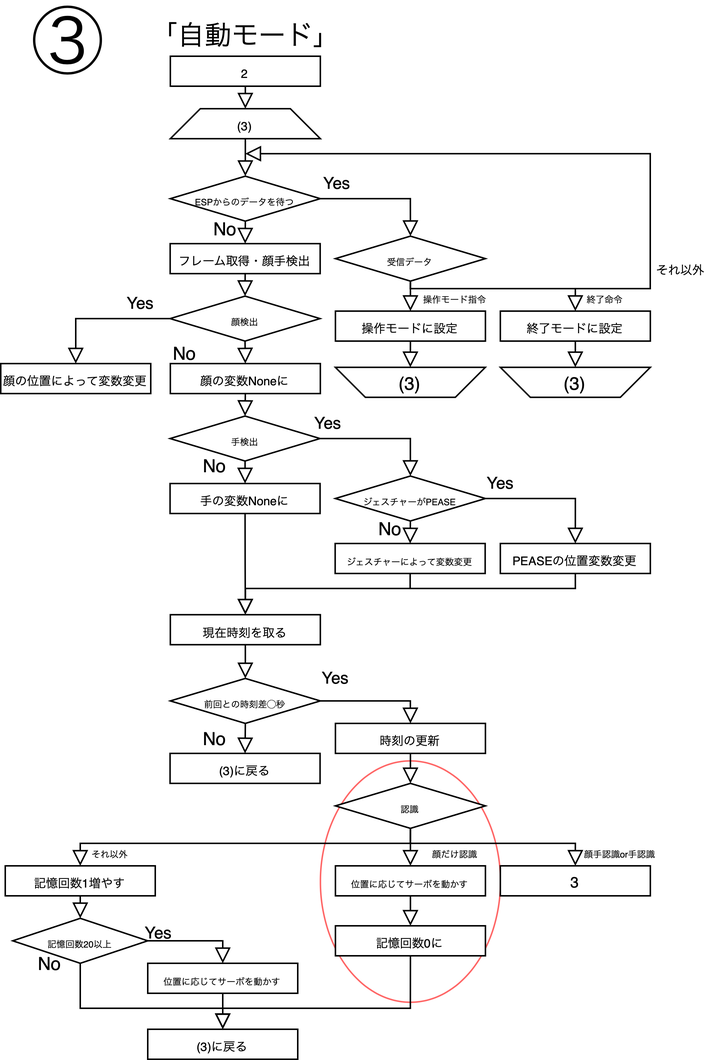
yaotaim/kawarobo.github.io keeps this draw.io diagram as images/kawarobo/face.drawio.png. Above is the earlier version. Source tidied: cells renumbered, new cells last; positions are measured from the earlier drawing's top-left corner, leaving out a move shared by most shapes.
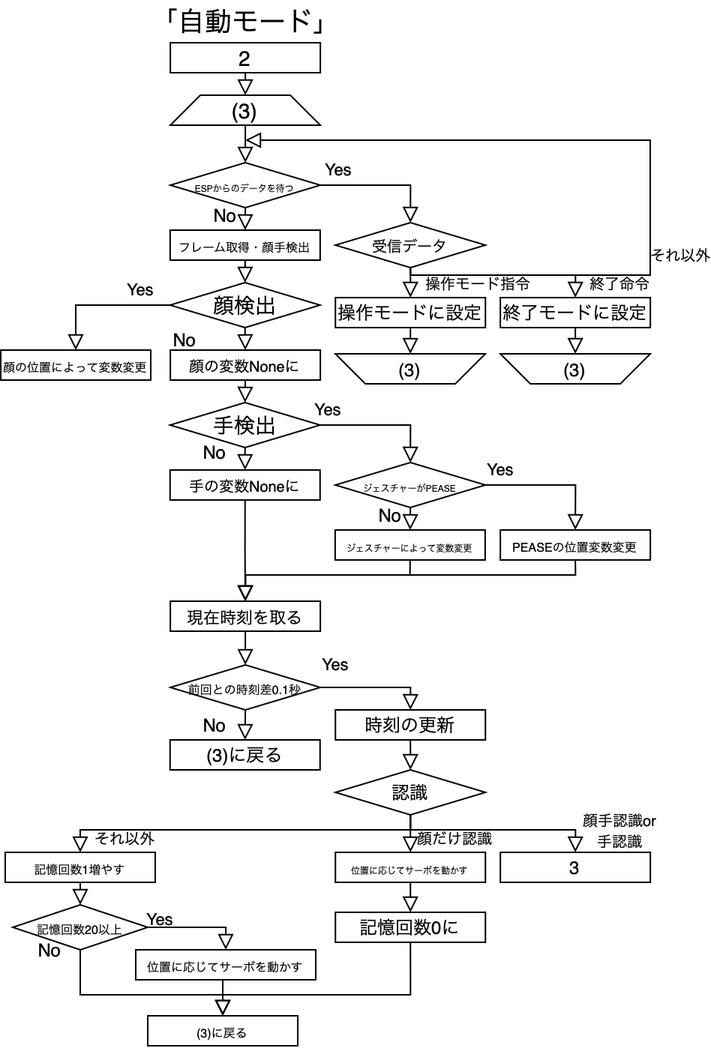
The same diagram one commit later.

Change to the diagram source:
```diff
@@ -2,10 +2,7 @@
   <root>
     <mxCell id="0" />
     <mxCell id="1" parent="0" />
-    <mxCell id="2" style="ellipse;whiteSpace=wrap;html=1;fillColor=#FFFFFF;strokeColor=#FF6666;" parent="1" vertex="1">
-      <mxGeometry x="213.1" y="499" width="120" height="161" as="geometry" />
-    </mxCell>
-    <mxCell id="3" value="&lt;font style=&quot;font-size: 8px;&quot;&gt;2&lt;/font&gt;" style="rounded=0;whiteSpace=wrap;html=1;" parent="1" vertex="1">
+    <mxCell id="3" value="&lt;font style=&quot;font-size: 14px;&quot;&gt;2&lt;/font&gt;" style="rounded=0;whiteSpace=wrap;html=1;" parent="1" vertex="1">
       <mxGeometry x="113.1" y="29" width="100" height="20" as="geometry" />
     </mxCell>
     <mxCell id="4" style="rounded=0;html=1;jettySize=auto;fontSize=11;endArrow=block;endFill=0;endSize=8;strokeWidth=1;shadow=0;labelBackgroundColor=none;edgeStyle=orthogonalEdgeStyle;exitX=0.5;exitY=1;exitDx=0;exitDy=0;entryX=0.5;entryY=0;entryDx=0;entryDy=0;" parent="1" edge="1" source="3" target="8">
@@ -14,23 +11,23 @@
     <mxCell id="5" value="&lt;font style=&quot;font-size: 18px;&quot;&gt;「自動モード」&lt;/font&gt;" style="text;html=1;align=center;verticalAlign=middle;whiteSpace=wrap;rounded=0;" parent="1" vertex="1">
       <mxGeometry x="74.6" width="176.9" height="30" as="geometry" />
     </mxCell>
-    <mxCell id="6" value="&lt;span style=&quot;font-size: 6px;&quot;&gt;受信データ&lt;/span&gt;" style="rhombus;whiteSpace=wrap;html=1;" parent="1" vertex="1">
+    <mxCell id="6" value="&lt;font style=&quot;font-size: 10px;&quot;&gt;受信データ&lt;/font&gt;" style="rhombus;whiteSpace=wrap;html=1;" parent="1" vertex="1">
       <mxGeometry x="223.1" y="149" width="100" height="30" as="geometry" />
     </mxCell>
-    <mxCell id="7" value="&lt;span style=&quot;font-size: 6px;&quot;&gt;終了命令&lt;/span&gt;" style="text;html=1;align=center;verticalAlign=middle;whiteSpace=wrap;rounded=0;" parent="1" vertex="1">
-      <mxGeometry x="373.1" y="174" width="60" height="30" as="geometry" />
+    <mxCell id="7" value="&lt;font style=&quot;font-size: 10px;&quot;&gt;終了命令&lt;/font&gt;" style="text;html=1;align=center;verticalAlign=middle;whiteSpace=wrap;rounded=0;" parent="1" vertex="1">
+      <mxGeometry x="383" y="174" width="60" height="30" as="geometry" />
     </mxCell>
-    <mxCell id="8" value="&lt;span style=&quot;font-size: 8px;&quot;&gt;(3)&lt;/span&gt;" style="shape=trapezoid;perimeter=trapezoidPerimeter;whiteSpace=wrap;html=1;fixedSize=1;" parent="1" vertex="1">
+    <mxCell id="8" value="&lt;font style=&quot;font-size: 14px;&quot;&gt;(3)&lt;/font&gt;" style="shape=trapezoid;perimeter=trapezoidPerimeter;whiteSpace=wrap;html=1;fixedSize=1;" parent="1" vertex="1">
       <mxGeometry x="113.1" y="64" width="100" height="20" as="geometry" />
     </mxCell>
-    <mxCell id="9" value="&lt;font style=&quot;font-size: 8px;&quot;&gt;操作モードに&lt;/font&gt;&lt;font style=&quot;font-size: 8px;&quot;&gt;&lt;font&gt;設&lt;/font&gt;定&lt;/font&gt;" style="rounded=0;whiteSpace=wrap;html=1;" parent="1" vertex="1">
+    <mxCell id="9" value="&lt;font style=&quot;font-size: 12px;&quot;&gt;&lt;font&gt;操作モードに&lt;/font&gt;&lt;font&gt;&lt;font&gt;設&lt;/font&gt;定&lt;/font&gt;&lt;/font&gt;" style="rounded=0;whiteSpace=wrap;html=1;" parent="1" vertex="1">
       <mxGeometry x="223.1" y="199" width="100" height="20" as="geometry" />
     </mxCell>
-    <mxCell id="10" value="&lt;font style=&quot;font-size: 8px;&quot;&gt;終了モードに&lt;/font&gt;&lt;font style=&quot;font-size: 8px;&quot;&gt;設定&lt;/font&gt;" style="rounded=0;whiteSpace=wrap;html=1;" parent="1" vertex="1">
+    <mxCell id="10" value="&lt;font style=&quot;font-size: 12px;&quot;&gt;&lt;font&gt;終了モードに&lt;/font&gt;&lt;font&gt;設定&lt;/font&gt;&lt;/font&gt;" style="rounded=0;whiteSpace=wrap;html=1;" parent="1" vertex="1">
       <mxGeometry x="333.1" y="199" width="100" height="20" as="geometry" />
     </mxCell>
-    <mxCell id="11" value="&lt;font style=&quot;font-size: 6px;&quot;&gt;操作モード指令&lt;/font&gt;" style="text;html=1;align=center;verticalAlign=middle;whiteSpace=wrap;rounded=0;" parent="1" vertex="1">
-      <mxGeometry x="273.1" y="174" width="60" height="30" as="geometry" />
+    <mxCell id="11" value="&lt;font style=&quot;font-size: 10px;&quot;&gt;操作モード指令&lt;/font&gt;" style="text;html=1;align=center;verticalAlign=middle;whiteSpace=wrap;rounded=0;" parent="1" vertex="1">
+      <mxGeometry x="280" y="174" width="76.9" height="30" as="geometry" />
     </mxCell>
     <mxCell id="12" style="group;" parent="1" vertex="1">
       <mxGeometry x="223.1" y="231.5" width="100" height="30" as="geometry" />
@@ -63,7 +60,7 @@
     <mxCell id="20" style="rounded=0;html=1;jettySize=auto;fontSize=11;endArrow=block;endFill=0;endSize=8;strokeWidth=1;shadow=0;labelBackgroundColor=none;edgeStyle=orthogonalEdgeStyle;exitX=0.5;exitY=1;exitDx=0;exitDy=0;entryX=0.5;entryY=0;entryDx=0;entryDy=0;" parent="1" edge="1" source="8" target="74">
       <mxGeometry relative="1" as="geometry" />
     </mxCell>
-    <mxCell id="21" value="&lt;font style=&quot;font-size: 8px;&quot;&gt;それ以外&lt;/font&gt;" style="rounded=0;html=1;jettySize=auto;fontSize=11;endArrow=block;endFill=0;endSize=8;strokeWidth=1;shadow=0;labelBackgroundColor=none;edgeStyle=orthogonalEdgeStyle;exitX=0.5;exitY=1;exitDx=0;exitDy=0;" parent="1" edge="1" source="6">
+    <mxCell id="21" value="&lt;font style=&quot;font-size: 10px;&quot;&gt;それ以外&lt;/font&gt;" style="rounded=0;html=1;jettySize=auto;fontSize=11;endArrow=block;endFill=0;endSize=8;strokeWidth=1;shadow=0;labelBackgroundColor=none;edgeStyle=orthogonalEdgeStyle;exitX=0.5;exitY=1;exitDx=0;exitDy=0;" parent="1" edge="1" source="6">
       <mxGeometry x="-0.32" y="-20" relative="1" as="geometry">
         <mxPoint x="163" y="94" as="targetPoint" />
         <Array as="points">
@@ -107,7 +104,7 @@
     <mxCell id="29" value="&lt;span style=&quot;font-size: 8px;&quot;&gt;顔の位置によって変数変更&lt;/span&gt;" style="rounded=0;whiteSpace=wrap;html=1;" parent="1" vertex="1">
       <mxGeometry y="234" width="100" height="20" as="geometry" />
     </mxCell>
-    <mxCell id="30" value="&lt;span style=&quot;font-size: 8px;&quot;&gt;顔の変数Noneに&lt;/span&gt;" style="rounded=0;whiteSpace=wrap;html=1;" parent="1" vertex="1">
+    <mxCell id="30" value="&lt;font style=&quot;font-size: 10px;&quot;&gt;顔の変数Noneに&lt;/font&gt;" style="rounded=0;whiteSpace=wrap;html=1;" parent="1" vertex="1">
       <mxGeometry x="113.1" y="234" width="100" height="20" as="geometry" />
     </mxCell>
     <mxCell id="31" style="rounded=0;html=1;jettySize=auto;fontSize=11;endArrow=block;endFill=0;endSize=8;strokeWidth=1;shadow=0;labelBackgroundColor=none;edgeStyle=orthogonalEdgeStyle;exitX=0.5;exitY=1;exitDx=0;exitDy=0;entryX=0.5;entryY=0;entryDx=0;entryDy=0;" parent="1" edge="1" target="30">
@@ -128,7 +125,7 @@
         </Array>
       </mxGeometry>
     </mxCell>
-    <mxCell id="35" value="&lt;span style=&quot;font-size: 8px;&quot;&gt;手の変数Noneに&lt;/span&gt;" style="rounded=0;whiteSpace=wrap;html=1;" parent="1" vertex="1">
+    <mxCell id="35" value="&lt;font style=&quot;font-size: 10px;&quot;&gt;手の変数Noneに&lt;/font&gt;" style="rounded=0;whiteSpace=wrap;html=1;" parent="1" vertex="1">
       <mxGeometry x="112.9" y="314" width="100" height="20" as="geometry" />
     </mxCell>
     <mxCell id="36" style="rounded=0;html=1;jettySize=auto;fontSize=11;endArrow=block;endFill=0;endSize=8;strokeWidth=1;shadow=0;labelBackgroundColor=none;edgeStyle=orthogonalEdgeStyle;exitX=0.5;exitY=1;exitDx=0;exitDy=0;entryX=0.5;entryY=0;entryDx=0;entryDy=0;" parent="1" edge="1" source="77" target="35">
@@ -159,7 +156,7 @@
     <mxCell id="43" value="&lt;span style=&quot;font-size: 8px;&quot;&gt;PEASEの位置変数変更&lt;/span&gt;" style="rounded=0;whiteSpace=wrap;html=1;" parent="1" vertex="1">
       <mxGeometry x="333.1" y="354" width="100" height="20" as="geometry" />
     </mxCell>
-    <mxCell id="44" value="&lt;span style=&quot;font-size: 8px;&quot;&gt;現在時刻を取る&lt;/span&gt;" style="rounded=0;whiteSpace=wrap;html=1;" parent="1" vertex="1">
+    <mxCell id="44" value="&lt;font style=&quot;font-size: 11px;&quot;&gt;現在時刻を取る&lt;/font&gt;" style="rounded=0;whiteSpace=wrap;html=1;" parent="1" vertex="1">
       <mxGeometry x="113.1" y="401.5" width="100" height="20" as="geometry" />
     </mxCell>
     <mxCell id="45" style="rounded=0;html=1;jettySize=auto;fontSize=11;endArrow=block;endFill=0;endSize=8;strokeWidth=1;shadow=0;labelBackgroundColor=none;edgeStyle=orthogonalEdgeStyle;exitX=0.5;exitY=1;exitDx=0;exitDy=0;entryX=0.5;entryY=0;entryDx=0;entryDy=0;" parent="1" edge="1" source="40" target="44">
@@ -197,7 +194,7 @@
     <mxCell id="51" value="No" style="text;html=1;align=center;verticalAlign=middle;whiteSpace=wrap;rounded=0;" parent="1" vertex="1">
       <mxGeometry x="112.9" y="469" width="60" height="30" as="geometry" />
     </mxCell>
-    <mxCell id="52" value="&lt;span style=&quot;font-size: 8px;&quot;&gt;時刻の更新&lt;/span&gt;" style="rounded=0;whiteSpace=wrap;html=1;" parent="1" vertex="1">
+    <mxCell id="52" value="&lt;font style=&quot;font-size: 12px;&quot;&gt;時刻の更新&lt;/font&gt;" style="rounded=0;whiteSpace=wrap;html=1;" parent="1" vertex="1">
       <mxGeometry x="223.1" y="474" width="100" height="20" as="geometry" />
     </mxCell>
     <mxCell id="53" style="rounded=0;html=1;jettySize=auto;fontSize=11;endArrow=block;endFill=0;endSize=8;strokeWidth=1;shadow=0;labelBackgroundColor=none;edgeStyle=orthogonalEdgeStyle;exitX=0.5;exitY=1;exitDx=0;exitDy=0;entryX=0.5;entryY=0;entryDx=0;entryDy=0;" parent="1" edge="1" source="79" target="58">
@@ -206,8 +203,8 @@
     <mxCell id="54" style="rounded=0;html=1;jettySize=auto;fontSize=11;endArrow=block;endFill=0;endSize=8;strokeWidth=1;shadow=0;labelBackgroundColor=none;edgeStyle=orthogonalEdgeStyle;exitX=0.5;exitY=1;exitDx=0;exitDy=0;entryX=0.5;entryY=0;entryDx=0;entryDy=0;" parent="1" edge="1" source="52" target="79">
       <mxGeometry relative="1" as="geometry" />
     </mxCell>
-    <mxCell id="55" value="&lt;span style=&quot;font-size: 6px;&quot;&gt;顔手認識or手認識&lt;/span&gt;" style="text;html=1;align=center;verticalAlign=middle;whiteSpace=wrap;rounded=0;" parent="1" vertex="1">
-      <mxGeometry x="383" y="544" width="60" height="30" as="geometry" />
+    <mxCell id="55" value="&lt;font style=&quot;font-size: 10px;&quot;&gt;顔手認識or手認識&lt;/font&gt;" style="text;html=1;align=center;verticalAlign=middle;whiteSpace=wrap;rounded=0;" parent="1" vertex="1">
+      <mxGeometry x="383" y="539" width="60" height="30" as="geometry" />
     </mxCell>
     <mxCell id="56" style="rounded=0;html=1;jettySize=auto;fontSize=11;endArrow=block;endFill=0;endSize=8;strokeWidth=1;shadow=0;labelBackgroundColor=none;edgeStyle=orthogonalEdgeStyle;exitX=0.5;exitY=1;exitDx=0;exitDy=0;entryX=0.5;entryY=0;entryDx=0;entryDy=0;" parent="1" edge="1" source="79" target="60">
       <mxGeometry relative="1" as="geometry">
@@ -217,19 +214,19 @@
         </Array>
       </mxGeometry>
     </mxCell>
-    <mxCell id="57" value="&lt;span style=&quot;font-size: 6px;&quot;&gt;顔だけ認識&lt;/span&gt;" style="text;html=1;align=center;verticalAlign=middle;whiteSpace=wrap;rounded=0;" parent="1" vertex="1">
+    <mxCell id="57" value="&lt;font style=&quot;font-size: 10px;&quot;&gt;顔だけ認識&lt;/font&gt;" style="text;html=1;align=center;verticalAlign=middle;whiteSpace=wrap;rounded=0;" parent="1" vertex="1">
       <mxGeometry x="273.1" y="544" width="60" height="30" as="geometry" />
     </mxCell>
     <mxCell id="58" value="&lt;font style=&quot;font-size: 6px;&quot;&gt;位置に応じてサーボを動かす&lt;/font&gt;" style="rounded=0;whiteSpace=wrap;html=1;" parent="1" vertex="1">
       <mxGeometry x="223.1" y="569" width="100" height="20" as="geometry" />
     </mxCell>
-    <mxCell id="59" value="&lt;span style=&quot;font-size: 8px;&quot;&gt;(3)に戻る&lt;/span&gt;" style="rounded=0;whiteSpace=wrap;html=1;" parent="1" vertex="1">
+    <mxCell id="59" value="&lt;font style=&quot;font-size: 12px;&quot;&gt;(3)に戻る&lt;/font&gt;" style="rounded=0;whiteSpace=wrap;html=1;" parent="1" vertex="1">
       <mxGeometry x="112.9" y="494" width="100" height="20" as="geometry" />
     </mxCell>
-    <mxCell id="60" value="&lt;font style=&quot;font-size: 10px;&quot;&gt;3&lt;/font&gt;" style="rounded=0;whiteSpace=wrap;html=1;" parent="1" vertex="1">
+    <mxCell id="60" value="&lt;font style=&quot;font-size: 12px;&quot;&gt;3&lt;/font&gt;" style="rounded=0;whiteSpace=wrap;html=1;" parent="1" vertex="1">
       <mxGeometry x="333.1" y="569" width="100" height="20" as="geometry" />
     </mxCell>
-    <mxCell id="61" value="&lt;span style=&quot;font-size: 8px;&quot;&gt;記憶回数0に&lt;/span&gt;" style="rounded=0;whiteSpace=wrap;html=1;" parent="1" vertex="1">
+    <mxCell id="61" value="&lt;font style=&quot;font-size: 12px;&quot;&gt;記憶回数0に&lt;/font&gt;" style="rounded=0;whiteSpace=wrap;html=1;" parent="1" vertex="1">
       <mxGeometry x="223.1" y="609" width="100" height="20" as="geometry" />
     </mxCell>
     <mxCell id="62" style="rounded=0;html=1;jettySize=auto;fontSize=11;endArrow=block;endFill=0;endSize=8;strokeWidth=1;shadow=0;labelBackgroundColor=none;edgeStyle=orthogonalEdgeStyle;exitX=0.5;exitY=1;exitDx=0;exitDy=0;entryX=0.5;entryY=0;entryDx=0;entryDy=0;" parent="1" edge="1" source="58" target="61">
@@ -257,13 +254,13 @@
         </Array>
       </mxGeometry>
     </mxCell>
-    <mxCell id="67" value="&lt;span style=&quot;font-size: 6px;&quot;&gt;それ以外&lt;/span&gt;" style="text;html=1;align=center;verticalAlign=middle;whiteSpace=wrap;rounded=0;" parent="1" vertex="1">
-      <mxGeometry x="43" y="544" width="60" height="30" as="geometry" />
+    <mxCell id="67" value="&lt;font style=&quot;font-size: 10px;&quot;&gt;それ以外&lt;/font&gt;" style="text;html=1;align=center;verticalAlign=middle;whiteSpace=wrap;rounded=0;" parent="1" vertex="1">
+      <mxGeometry x="53.1" y="544" width="60" height="30" as="geometry" />
     </mxCell>
     <mxCell id="68" value="Yes" style="rounded=0;html=1;jettySize=auto;fontSize=11;endArrow=block;endFill=0;endSize=8;strokeWidth=1;shadow=0;labelBackgroundColor=none;edgeStyle=orthogonalEdgeStyle;exitX=1;exitY=0.5;exitDx=0;exitDy=0;entryX=0.5;entryY=0;entryDx=0;entryDy=0;" parent="1" edge="1" source="80" target="71">
       <mxGeometry x="-0.78" y="5" relative="1" as="geometry">
         <Array as="points">
-          <mxPoint x="148" y="619" />
+          <mxPoint x="150" y="619" />
         </Array>
       </mxGeometry>
     </mxCell>
@@ -278,8 +275,8 @@
     <mxCell id="70" value="No" style="text;html=1;align=center;verticalAlign=middle;whiteSpace=wrap;rounded=0;" parent="1" vertex="1">
       <mxGeometry x="3" y="619" width="60" height="30" as="geometry" />
     </mxCell>
-    <mxCell id="71" value="&lt;font style=&quot;font-size: 6px;&quot;&gt;位置に応じてサーボを動かす&lt;/font&gt;" style="rounded=0;whiteSpace=wrap;html=1;" parent="1" vertex="1">
-      <mxGeometry x="98" y="634" width="100" height="20" as="geometry" />
+    <mxCell id="71" value="&lt;font style=&quot;font-size: 8px;&quot;&gt;位置に応じてサーボを動かす&lt;/font&gt;" style="rounded=0;whiteSpace=wrap;html=1;" parent="1" vertex="1">
+      <mxGeometry x="90" y="634" width="120" height="20" as="geometry" />
     </mxCell>
     <mxCell id="72" style="rounded=0;html=1;jettySize=auto;fontSize=11;endArrow=block;endFill=0;endSize=8;strokeWidth=1;shadow=0;labelBackgroundColor=none;edgeStyle=orthogonalEdgeStyle;exitX=0.5;exitY=1;exitDx=0;exitDy=0;entryX=0.5;entryY=0;entryDx=0;entryDy=0;" parent="1" edge="1" source="65" target="80">
       <mxGeometry relative="1" as="geometry" />
@@ -293,23 +290,20 @@
     <mxCell id="75" style="rounded=0;html=1;jettySize=auto;fontSize=11;endArrow=block;endFill=0;endSize=8;strokeWidth=1;shadow=0;labelBackgroundColor=none;edgeStyle=orthogonalEdgeStyle;exitX=0.5;exitY=1;exitDx=0;exitDy=0;entryX=0.5;entryY=1;entryDx=0;entryDy=0;" parent="1" edge="1" source="10" target="16">
       <mxGeometry relative="1" as="geometry" />
     </mxCell>
-    <mxCell id="76" value="&lt;span style=&quot;font-size: 6px;&quot;&gt;顔検出&lt;/span&gt;" style="rhombus;whiteSpace=wrap;html=1;" parent="1" vertex="1">
+    <mxCell id="76" value="&lt;font style=&quot;font-size: 14px;&quot;&gt;顔検出&lt;/font&gt;" style="rhombus;whiteSpace=wrap;html=1;" parent="1" vertex="1">
       <mxGeometry x="112.9" y="189" width="100" height="30" as="geometry" />
     </mxCell>
-    <mxCell id="77" value="&lt;span style=&quot;font-size: 6px;&quot;&gt;手検出&lt;/span&gt;" style="rhombus;whiteSpace=wrap;html=1;" parent="1" vertex="1">
+    <mxCell id="77" value="&lt;font style=&quot;font-size: 14px;&quot;&gt;手検出&lt;/font&gt;" style="rhombus;whiteSpace=wrap;html=1;" parent="1" vertex="1">
       <mxGeometry x="112.9" y="269" width="100" height="30" as="geometry" />
     </mxCell>
-    <mxCell id="78" value="&lt;span style=&quot;font-size: 6px;&quot;&gt;前回との時刻差◯秒&lt;/span&gt;" style="rhombus;whiteSpace=wrap;html=1;" parent="1" vertex="1">
+    <mxCell id="78" value="&lt;font style=&quot;font-size: 8px;&quot;&gt;前回との時刻差0.1秒&lt;/font&gt;" style="rhombus;whiteSpace=wrap;html=1;" parent="1" vertex="1">
       <mxGeometry x="113.1" y="444" width="100" height="30" as="geometry" />
     </mxCell>
-    <mxCell id="79" value="&lt;span style=&quot;font-size: 6px;&quot;&gt;認識&lt;/span&gt;" style="rhombus;whiteSpace=wrap;html=1;" parent="1" vertex="1">
+    <mxCell id="79" value="&lt;font style=&quot;font-size: 12px;&quot;&gt;認識&lt;/font&gt;" style="rhombus;whiteSpace=wrap;html=1;" parent="1" vertex="1">
       <mxGeometry x="223.1" y="514" width="100" height="30" as="geometry" />
     </mxCell>
-    <mxCell id="80" value="&lt;span style=&quot;font-size: 6px;&quot;&gt;記憶回数20以上&lt;/span&gt;" style="rhombus;whiteSpace=wrap;html=1;" parent="1" vertex="1">
+    <mxCell id="80" value="&lt;font style=&quot;font-size: 8px;&quot;&gt;記憶回数20以上&lt;/font&gt;" style="rhombus;whiteSpace=wrap;html=1;" parent="1" vertex="1">
       <mxGeometry x="8" y="604" width="90" height="30" as="geometry" />
     </mxCell>
-    <mxCell id="81" value="&lt;font style=&quot;font-size: 48px;&quot;&gt;③&lt;/font&gt;" style="text;html=1;align=center;verticalAlign=middle;whiteSpace=wrap;rounded=0;" parent="1" vertex="1">
-      <mxGeometry x="14.6" y="5" width="60" height="30" as="geometry" />
-    </mxCell>
   </root>
 </mxGraphModel>
```
